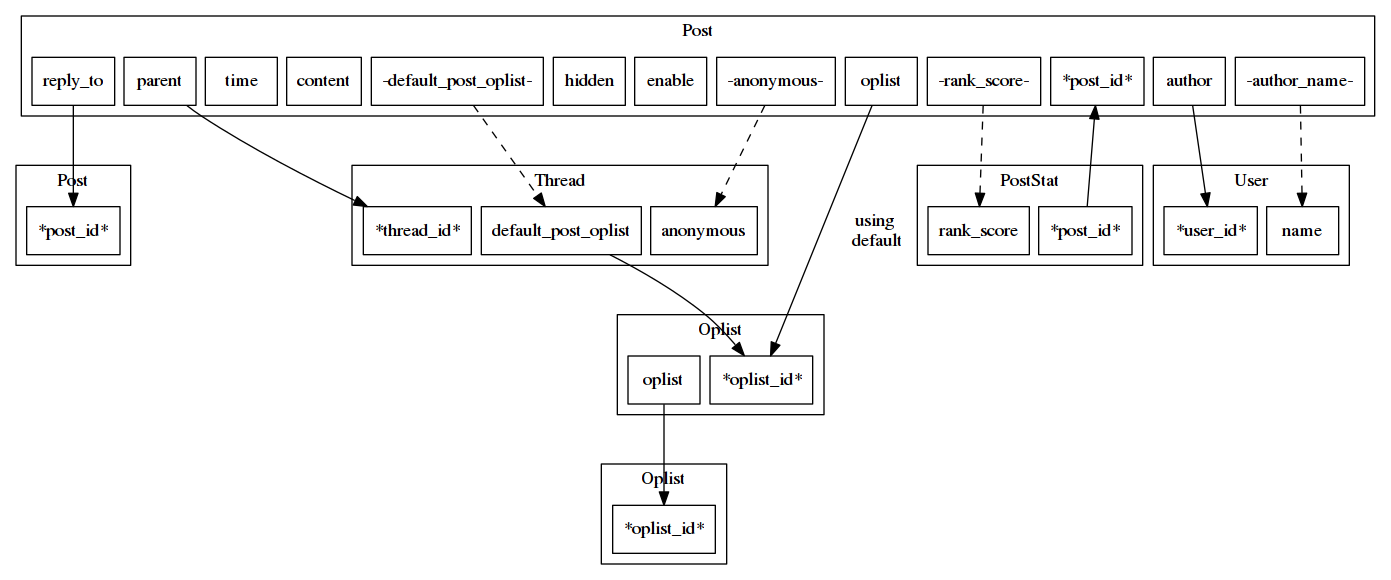
The Graphviz diagram pages/graph/erd/posts.png in cc98-frontend-development/API, before a commit. Its source is kept beside it as pages/graph/erd/posts.dot.
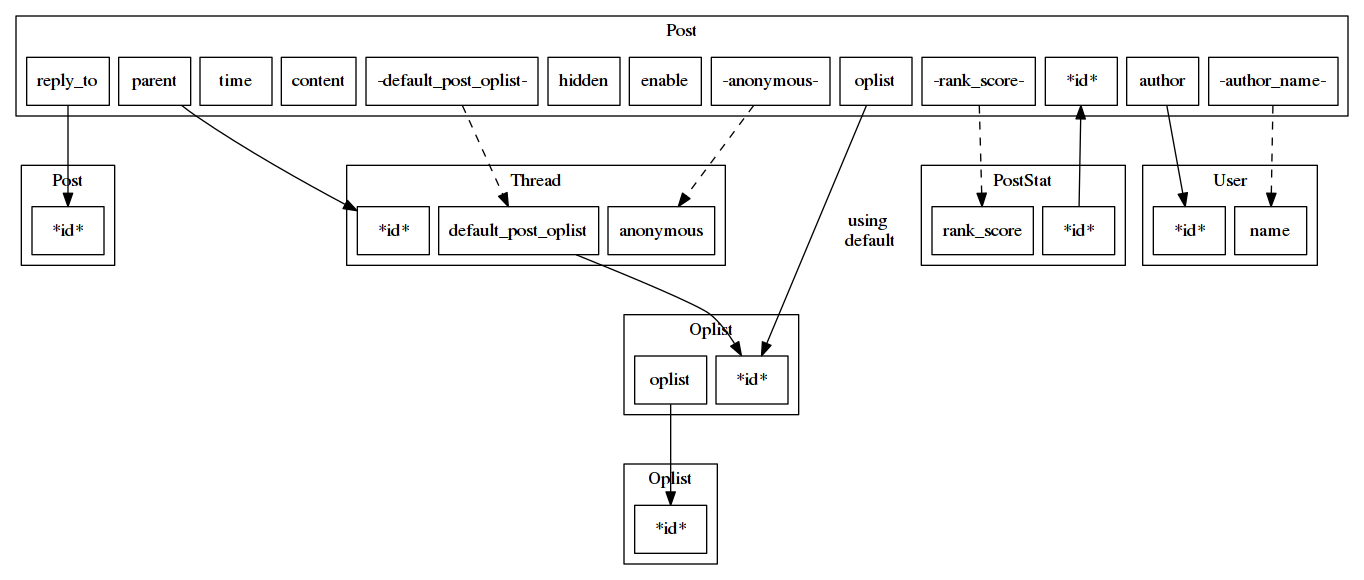
The same file after the commit.

Change to the diagram source:
```diff
@@ -5,7 +5,7 @@
 
 	subgraph cluster_post_1 {
 		label = "Post";
-		node_a_post_post_id             [ label = "*post_id*" ];
+		node_a_post_id                  [ label = "*id*" ];
 		node_a_post_parent              [ label = "parent" ];
 		node_a_post_reply_to            [ label = "reply_to" ];
 		node_a_post_oplist              [ label = "oplist" ];
@@ -22,51 +22,51 @@
 
 	subgraph cluster_post_stat {
 		label = "PostStat";
-		node_a_post_stat_post_id    [ label = "*post_id*" ];
+		node_a_post_stat_id         [ label = "*id*" ];
 		node_a_post_stat_rank_score [ label = "rank_score" ];
 	}
 
 	subgraph cluster_post_2 {
 		label = "Post";
-		node_a_post_post_id_2      [ label = "*post_id*" ];
+		node_a_post_id_2        [ label = "*id*" ];
 	}
 
 	subgraph cluster_thread {
 		label = "Thread";
-		node_a_thread_thread_id [ label = "*thread_id*" ];
+		node_a_thread_id        [ label = "*id*" ];
 		node_a_thread_default_post_oplist [ label = "default_post_oplist" ];
 		node_a_thread_anonymous [ label = "anonymous" ];
 	}
 
 	subgraph cluster_oplist {
 		label = "Oplist";
-		node_a_oplist_oplist_id [ label = "*oplist_id*" ];
+		node_a_oplist_id        [ label = "*id*" ];
 		node_a_oplist_oplist    [ label = "oplist" ];
 	}
 
 	subgraph cluster_oplist_2 {
 		label = "Oplist";
-		node_a_oplist_oplist_id_2 [ label = "*oplist_id*" ];
+		node_a_oplist_id_2 [ label = "*id*" ];
 	}
 
 	subgraph cluster_user {
 		label = "User";
-		node_a_user_user_id [ label = "*user_id*" ];
+		node_a_user_id [ label = "*id*" ];
 		node_a_user_name    [ label = "name" ];
 	}
 
 
-	node_a_post_parent -> node_a_thread_thread_id;
-	node_a_post_reply_to -> node_a_post_post_id_2;
-	node_a_post_oplist -> node_a_oplist_oplist_id [ label = "using\n default" ];
+	node_a_post_parent -> node_a_thread_id;
+	node_a_post_reply_to -> node_a_post_id_2;
+	node_a_post_oplist -> node_a_oplist_id [ label = "using\n default" ];
 	node_a_post_default_post_oplist -> node_a_thread_default_post_oplist [ style = dashed ];
 	node_a_post_anonymous -> node_a_thread_anonymous [style = dashed ];
 	node_a_post_rank_score -> node_a_post_stat_rank_score [style = dashed ];
-	node_a_post_author -> node_a_user_user_id;
+	node_a_post_author -> node_a_user_id;
 	node_a_post_author_name -> node_a_user_name     [ style = dashed ];
 
-	node_a_thread_default_post_oplist -> node_a_oplist_oplist_id;
-	node_a_oplist_oplist -> node_a_oplist_oplist_id_2;
+	node_a_thread_default_post_oplist -> node_a_oplist_id;
+	node_a_oplist_oplist -> node_a_oplist_id_2;
 
-	node_a_post_stat_post_id -> node_a_post_post_id;
+	node_a_post_stat_id -> node_a_post_id;
 }
```
